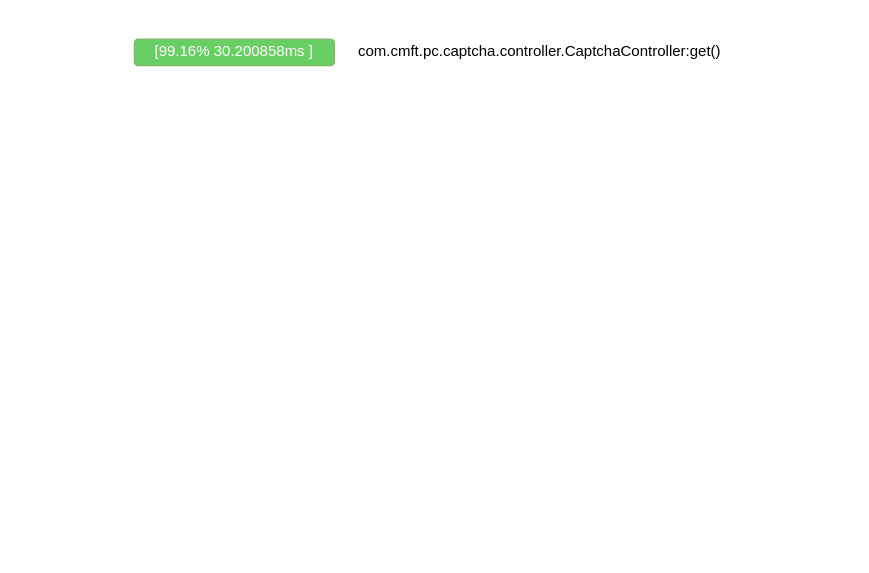
This is 在岗.drawio from hezhuma/image-repo, a draw.io file, before an edit. Source tidied: cells renumbered, new cells numbered last; positions are measured from the earlier drawing's top-left corner, leaving out a move shared by most shapes. Both pictures are drawn from the tidied source at 125%, with x=0, y=0 at pixel (134, 32). Pictures stored in the file or linked from it are replaced by grey dashed boxes.
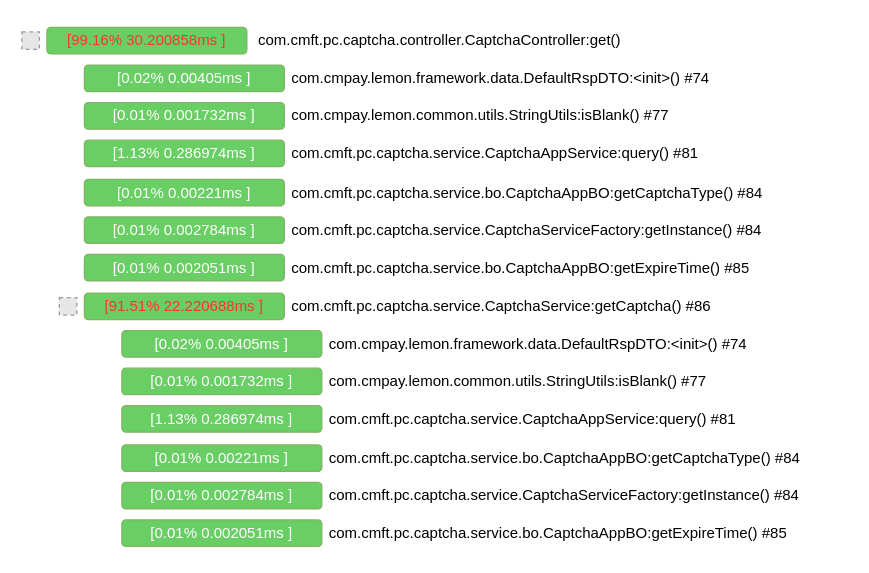
The same page after the edit.

The edit, as a diff of the source:
```diff
@@
-    <mxCell id="2" value="&lt;font color=&quot;#ffffff&quot;&gt;[99.16% 30.200858ms ]&lt;/font&gt;" style="rounded=1;whiteSpace=wrap;html=1;fillColor=#69ce64;strokeColor=#82b366;" parent="1" vertex="1">
-      <mxGeometry y="4.8" width="160" height="21.2" as="geometry" />
+    <mxCell id="2" value="&lt;font color=&quot;#ff3333&quot;&gt;[99.16% 30.200858ms ]&lt;/font&gt;" style="rounded=1;whiteSpace=wrap;html=1;fillColor=#69ce64;strokeColor=#82b366;" parent="1" vertex="1">
+      <mxGeometry x="-70" y="-4.6" width="160" height="21.2" as="geometry" />
     </mxCell>
     <mxCell id="3" value="&amp;nbsp;com.cmft.pc.captcha.controller.CaptchaController:get()" style="text;strokeColor=none;fillColor=none;align=left;verticalAlign=middle;spacingLeft=4;spacingRight=4;overflow=hidden;whiteSpace=wrap;html=1;" parent="1" vertex="1">
-      <mxGeometry x="170" y="0.4" width="310" height="30" as="geometry" />
+      <mxGeometry x="90" y="-9" width="310" height="30" as="geometry" />
     </mxCell>
+    <mxCell id="4" value="&lt;font color=&quot;#ffffff&quot;&gt;[0.02% 0.00405ms ]&lt;/font&gt;" style="rounded=1;whiteSpace=wrap;html=1;fillColor=#69ce64;strokeColor=#82b366;" parent="1" vertex="1">
+      <mxGeometry x="-40" y="25.6" width="160" height="21.2" as="geometry" />
+    </mxCell>
+    <mxCell id="5" value="com.cmpay.lemon.framework.data.DefaultRspDTO:&amp;lt;init&amp;gt;() #74" style="text;strokeColor=none;fillColor=none;align=left;verticalAlign=middle;spacingLeft=4;spacingRight=4;overflow=hidden;whiteSpace=wrap;html=1;" parent="1" vertex="1">
+      <mxGeometry x="120" y="21.2" width="370" height="30" as="geometry" />
+    </mxCell>
+    <mxCell id="6" value="&lt;font color=&quot;#ffffff&quot;&gt;[0.01% 0.001732ms ]&lt;/font&gt;" style="rounded=1;whiteSpace=wrap;html=1;fillColor=#69ce64;strokeColor=#82b366;" parent="1" vertex="1">
+      <mxGeometry x="-40" y="55.6" width="160" height="21.2" as="geometry" />
+    </mxCell>
+    <mxCell id="7" value="com.cmpay.lemon.common.utils.StringUtils:isBlank() #77" style="text;strokeColor=none;fillColor=none;align=left;verticalAlign=middle;spacingLeft=4;spacingRight=4;overflow=hidden;whiteSpace=wrap;html=1;" parent="1" vertex="1">
+      <mxGeometry x="120" y="51.2" width="370" height="30" as="geometry" />
+    </mxCell>
+    <mxCell id="8" value="&lt;font color=&quot;#ffffff&quot;&gt;[1.13% 0.286974ms ]&lt;/font&gt;" style="rounded=1;whiteSpace=wrap;html=1;fillColor=#69ce64;strokeColor=#82b366;" parent="1" vertex="1">
+      <mxGeometry x="-40" y="85.6" width="160" height="21.2" as="geometry" />
+    </mxCell>
+    <mxCell id="9" value="com.cmft.pc.captcha.service.CaptchaAppService:query() #81" style="text;strokeColor=none;fillColor=none;align=left;verticalAlign=middle;spacingLeft=4;spacingRight=4;overflow=hidden;whiteSpace=wrap;html=1;" parent="1" vertex="1">
+      <mxGeometry x="120" y="81.2" width="370" height="30" as="geometry" />
+    </mxCell>
+    <mxCell id="10" value="&lt;font color=&quot;#ffffff&quot;&gt;[0.01% 0.00221ms ]&lt;/font&gt;" style="rounded=1;whiteSpace=wrap;html=1;fillColor=#69ce64;strokeColor=#82b366;" parent="1" vertex="1">
+      <mxGeometry x="-40" y="117" width="160" height="21.2" as="geometry" />
+    </mxCell>
+    <mxCell id="11" value="com.cmft.pc.captcha.service.bo.CaptchaAppBO:getCaptchaType() #84" style="text;strokeColor=none;fillColor=none;align=left;verticalAlign=middle;spacingLeft=4;spacingRight=4;overflow=hidden;whiteSpace=wrap;html=1;" parent="1" vertex="1">
+      <mxGeometry x="120" y="112.6" width="410" height="30" as="geometry" />
+    </mxCell>
+    <mxCell id="12" value="&lt;font color=&quot;#ffffff&quot;&gt;[0.01% 0.002784ms ]&lt;/font&gt;" style="rounded=1;whiteSpace=wrap;html=1;fillColor=#69ce64;strokeColor=#82b366;" parent="1" vertex="1">
+      <mxGeometry x="-40" y="147" width="160" height="21.2" as="geometry" />
+    </mxCell>
+    <mxCell id="13" value="com.cmft.pc.captcha.service.CaptchaServiceFactory:getInstance() #84" style="text;strokeColor=none;fillColor=none;align=left;verticalAlign=middle;spacingLeft=4;spacingRight=4;overflow=hidden;whiteSpace=wrap;html=1;" parent="1" vertex="1">
+      <mxGeometry x="120" y="142.6" width="420" height="30" as="geometry" />
+    </mxCell>
+    <mxCell id="14" value="&lt;font color=&quot;#ffffff&quot;&gt;[0.01% 0.002051ms ]&lt;/font&gt;" style="rounded=1;whiteSpace=wrap;html=1;fillColor=#69ce64;strokeColor=#82b366;" parent="1" vertex="1">
+      <mxGeometry x="-40" y="177" width="160" height="21.2" as="geometry" />
+    </mxCell>
+    <mxCell id="15" value="com.cmft.pc.captcha.service.bo.CaptchaAppBO:getExpireTime() #85" style="text;strokeColor=none;fillColor=none;align=left;verticalAlign=middle;spacingLeft=4;spacingRight=4;overflow=hidden;whiteSpace=wrap;html=1;" parent="1" vertex="1">
+      <mxGeometry x="120" y="172.6" width="390" height="30" as="geometry" />
+    </mxCell>
+    <mxCell id="16" value="&lt;font color=&quot;#ff3333&quot;&gt;[91.51% 22.220688ms ]&lt;/font&gt;" style="rounded=1;whiteSpace=wrap;html=1;fillColor=#69ce64;strokeColor=#82b366;" parent="1" vertex="1">
+      <mxGeometry x="-40" y="208" width="160" height="21.2" as="geometry" />
+    </mxCell>
+    <mxCell id="17" value="com.cmft.pc.captcha.service.CaptchaService:getCaptcha() #86" style="text;strokeColor=none;fillColor=none;align=left;verticalAlign=middle;spacingLeft=4;spacingRight=4;overflow=hidden;whiteSpace=wrap;html=1;" parent="1" vertex="1">
+      <mxGeometry x="120" y="203.6" width="390" height="30" as="geometry" />
+    </mxCell>
+    <mxCell id="18" value="&lt;font color=&quot;#ffffff&quot;&gt;[0.02% 0.00405ms ]&lt;/font&gt;" style="rounded=1;whiteSpace=wrap;html=1;fillColor=#69ce64;strokeColor=#82b366;" parent="1" vertex="1">
+      <mxGeometry x="-10" y="238" width="160" height="21.2" as="geometry" />
+    </mxCell>
+    <mxCell id="19" value="com.cmpay.lemon.framework.data.DefaultRspDTO:&amp;lt;init&amp;gt;() #74" style="text;strokeColor=none;fillColor=none;align=left;verticalAlign=middle;spacingLeft=4;spacingRight=4;overflow=hidden;whiteSpace=wrap;html=1;" parent="1" vertex="1">
+      <mxGeometry x="150" y="233.6" width="370" height="30" as="geometry" />
+    </mxCell>
+    <mxCell id="20" value="&lt;font color=&quot;#ffffff&quot;&gt;[0.01% 0.001732ms ]&lt;/font&gt;" style="rounded=1;whiteSpace=wrap;html=1;fillColor=#69ce64;strokeColor=#82b366;" parent="1" vertex="1">
+      <mxGeometry x="-10" y="268" width="160" height="21.2" as="geometry" />
+    </mxCell>
+    <mxCell id="21" value="com.cmpay.lemon.common.utils.StringUtils:isBlank() #77" style="text;strokeColor=none;fillColor=none;align=left;verticalAlign=middle;spacingLeft=4;spacingRight=4;overflow=hidden;whiteSpace=wrap;html=1;" parent="1" vertex="1">
+      <mxGeometry x="150" y="263.6" width="370" height="30" as="geometry" />
+    </mxCell>
+    <mxCell id="22" value="&lt;font color=&quot;#ffffff&quot;&gt;[1.13% 0.286974ms ]&lt;/font&gt;" style="rounded=1;whiteSpace=wrap;html=1;fillColor=#69ce64;strokeColor=#82b366;" parent="1" vertex="1">
+      <mxGeometry x="-10" y="298" width="160" height="21.2" as="geometry" />
+    </mxCell>
+    <mxCell id="23" value="com.cmft.pc.captcha.service.CaptchaAppService:query() #81" style="text;strokeColor=none;fillColor=none;align=left;verticalAlign=middle;spacingLeft=4;spacingRight=4;overflow=hidden;whiteSpace=wrap;html=1;" parent="1" vertex="1">
+      <mxGeometry x="150" y="293.6" width="370" height="30" as="geometry" />
+    </mxCell>
+    <mxCell id="24" value="&lt;font color=&quot;#ffffff&quot;&gt;[0.01% 0.00221ms ]&lt;/font&gt;" style="rounded=1;whiteSpace=wrap;html=1;fillColor=#69ce64;strokeColor=#82b366;" parent="1" vertex="1">
+      <mxGeometry x="-10" y="329.4" width="160" height="21.2" as="geometry" />
+    </mxCell>
+    <mxCell id="25" value="com.cmft.pc.captcha.service.bo.CaptchaAppBO:getCaptchaType() #84" style="text;strokeColor=none;fillColor=none;align=left;verticalAlign=middle;spacingLeft=4;spacingRight=4;overflow=hidden;whiteSpace=wrap;html=1;" parent="1" vertex="1">
+      <mxGeometry x="150" y="325" width="410" height="30" as="geometry" />
+    </mxCell>
+    <mxCell id="26" value="&lt;font color=&quot;#ffffff&quot;&gt;[0.01% 0.002784ms ]&lt;/font&gt;" style="rounded=1;whiteSpace=wrap;html=1;fillColor=#69ce64;strokeColor=#82b366;" parent="1" vertex="1">
+      <mxGeometry x="-10" y="359.4" width="160" height="21.2" as="geometry" />
+    </mxCell>
+    <mxCell id="27" value="com.cmft.pc.captcha.service.CaptchaServiceFactory:getInstance() #84" style="text;strokeColor=none;fillColor=none;align=left;verticalAlign=middle;spacingLeft=4;spacingRight=4;overflow=hidden;whiteSpace=wrap;html=1;" parent="1" vertex="1">
+      <mxGeometry x="150" y="355" width="420" height="30" as="geometry" />
+    </mxCell>
+    <mxCell id="28" value="&lt;font color=&quot;#ffffff&quot;&gt;[0.01% 0.002051ms ]&lt;/font&gt;" style="rounded=1;whiteSpace=wrap;html=1;fillColor=#69ce64;strokeColor=#82b366;" parent="1" vertex="1">
+      <mxGeometry x="-10" y="389.4" width="160" height="21.2" as="geometry" />
+    </mxCell>
+    <mxCell id="29" value="com.cmft.pc.captcha.service.bo.CaptchaAppBO:getExpireTime() #85" style="text;strokeColor=none;fillColor=none;align=left;verticalAlign=middle;spacingLeft=4;spacingRight=4;overflow=hidden;whiteSpace=wrap;html=1;" parent="1" vertex="1">
+      <mxGeometry x="150" y="385" width="390" height="30" as="geometry" />
+    </mxCell>
+    <mxCell id="30" style="fillColor=#E6E6E6;strokeColor=#999999;dashed=1;verticalLabelPosition=bottom;labelBackgroundColor=default;verticalAlign=top;" parent="1" vertex="1">
+      <mxGeometry x="-60" y="211.6" width="14" height="14" as="geometry" />
+    </mxCell>
+    <mxCell id="31" style="fillColor=#E6E6E6;strokeColor=#999999;dashed=1;verticalLabelPosition=bottom;labelBackgroundColor=default;verticalAlign=top;" parent="1" vertex="1">
+      <mxGeometry x="-90" y="-1" width="14" height="14" as="geometry" />
+    </mxCell>
```
